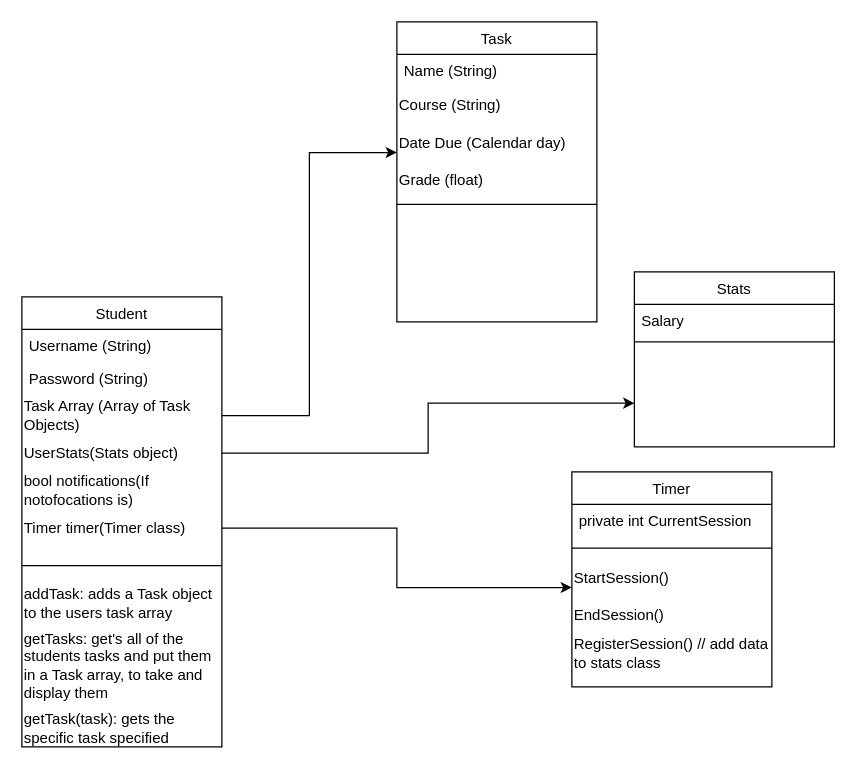
Above: Untitled Diagram.drawio in DROFEL/Please_Compile_ProSchoolar (draw.io), before the change. Source tidied: cells renumbered, new cells numbered last; positions are measured from the earlier drawing's top-left corner, leaving out a move shared by most shapes. Both pictures are drawn from the tidied source at 125%, with x=0, y=0 at pixel (21, 21).
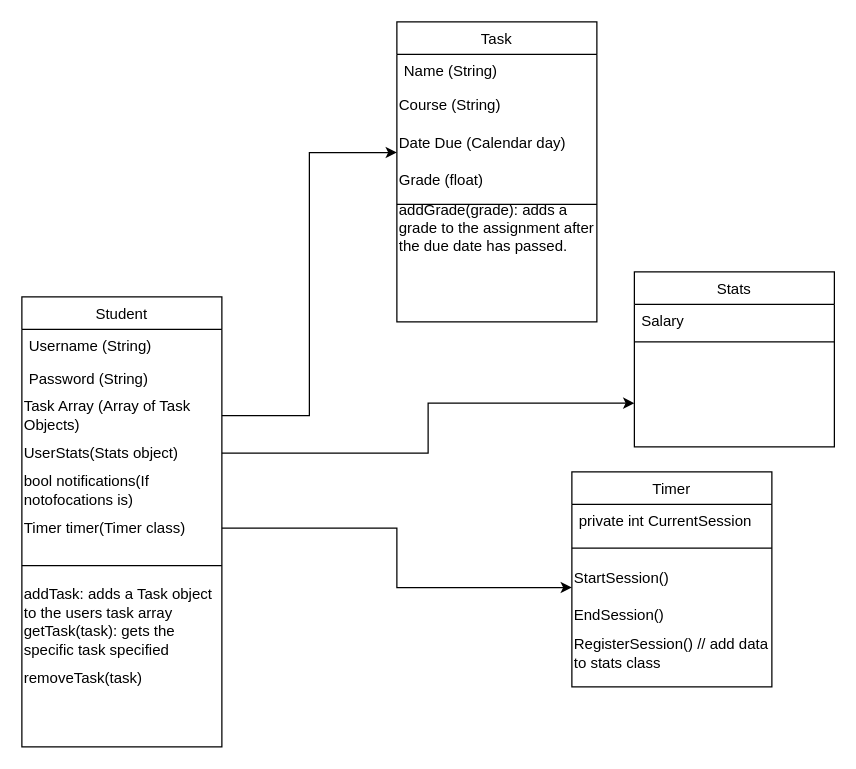
After the change.

Unchanged cells that the change refers to:
```xml
<mxCell id="2" value="Student" style="swimlane;fontStyle=0;align=center;verticalAlign=top;horizontal=1;startSize=26;rounded=0;shadow=0;strokeWidth=1;" parent="1" vertex="1">
  <mxGeometry y="220" width="160" height="360" as="geometry" />
</mxCell>
<mxCell id="22" value="Task" style="swimlane;fontStyle=0;align=center;verticalAlign=top;horizontal=1;startSize=26;rounded=0;shadow=0;strokeWidth=1;" parent="1" vertex="1">
  <mxGeometry x="300" width="160" height="240" as="geometry" />
</mxCell>
```

Change to the diagram source:
```diff
@@
-    <mxCell id="11" value="getTasks: get's all of the students tasks and put them in a Task array, to take and display them" style="text;html=1;strokeColor=none;fillColor=none;align=left;verticalAlign=middle;whiteSpace=wrap;rounded=0;" parent="2" vertex="1">
-      <mxGeometry y="260" width="160" height="70" as="geometry" />
-    </mxCell>
     <mxCell id="12" value="getTask(task): gets the specific task specified" style="text;html=1;strokeColor=none;fillColor=none;align=left;verticalAlign=middle;whiteSpace=wrap;rounded=0;" parent="2" vertex="1">
-      <mxGeometry y="330" width="160" height="30" as="geometry" />
+      <mxGeometry y="260" width="160" height="30" as="geometry" />
     </mxCell>
+    <mxCell id="31" value="removeTask(task)" style="text;html=1;strokeColor=none;fillColor=none;align=left;verticalAlign=middle;whiteSpace=wrap;rounded=0;" parent="2" vertex="1">
+      <mxGeometry y="290" width="160" height="30" as="geometry" />
+    </mxCell>
@@
+    <mxCell id="32" value="addGrade(grade): adds a grade to the assignment after the due date has passed." style="text;html=1;strokeColor=none;fillColor=none;align=left;verticalAlign=middle;whiteSpace=wrap;rounded=0;" parent="22" vertex="1">
+      <mxGeometry y="150" width="160" height="30" as="geometry" />
+    </mxCell>
```
